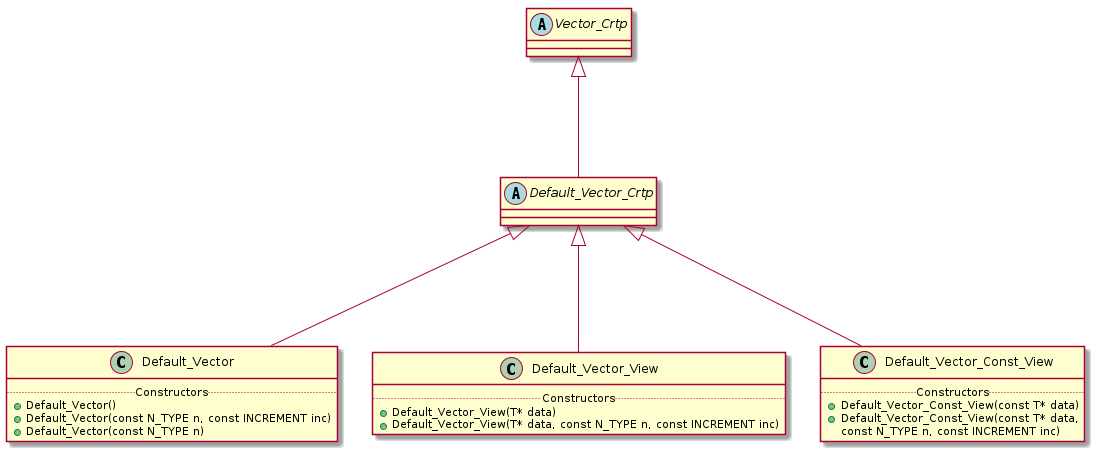
Before: src/LinearAlgebra/dense/figures/vector_hierarchy.png, a diagram exported from PlantUML (vincent-picaud/LinearAlgebra).
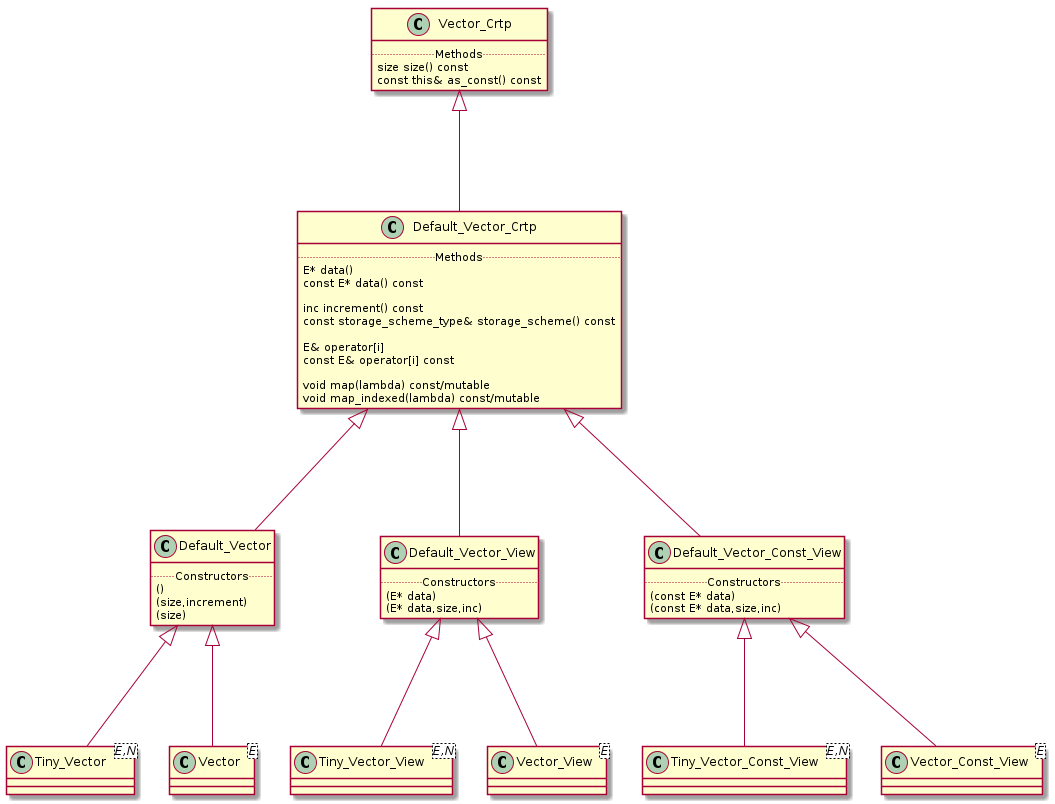
After the commit.

Commit message:
vector hierachy

The edit, as a diff of the source:
```diff
@@ -1,34 +1,70 @@
 @startuml
-abstract Vector_Crtp
-abstract Default_Vector_Crtp
+interface Vector_Crtp
+interface Default_Vector_Crtp
 
 class Default_Vector
+class Tiny_Vector<E,N>
+class Vector<E>
+
 class Default_Vector_View
+class Tiny_Vector_View<E,N>
+class Vector_View<E>
+
 class Default_Vector_Const_View
+class Tiny_Vector_Const_View<E,N>
+class Vector_Const_View<E>
 
 Vector_Crtp <|--- Default_Vector_Crtp
 Default_Vector_Crtp  <|--- Default_Vector
+Default_Vector  <|--- Tiny_Vector
+Default_Vector  <|--- Vector
+
 Default_Vector_Crtp  <|--- Default_Vector_View
+Default_Vector_View  <|--- Tiny_Vector_View
+Default_Vector_View  <|--- Vector_View
+
 Default_Vector_Crtp  <|--- Default_Vector_Const_View
+Default_Vector_Const_View  <|--- Tiny_Vector_Const_View
+Default_Vector_Const_View  <|--- Vector_Const_View
+
+class Vector_Crtp {
+	.. Methods ..
+	size size() const
+	const this& as_const() const
+}
+
+class Default_Vector_Crtp {
+	.. Methods ..
+	E* data()
+	const E* data() const
+
+	inc increment() const
+	const storage_scheme_type& storage_scheme() const
+
+	E& operator[i]
+	const E& operator[i] const
+
+	void map(lambda) const/mutable
+	void map_indexed(lambda) const/mutable
+}
 
 class Default_Vector {
- .. Constructors ..
-+ Default_Vector()
-+ Default_Vector(const N_TYPE n, const INCREMENT inc)
-+ Default_Vector(const N_TYPE n)
+	.. Constructors ..
+	()
+	(size,increment)
+	(size)
 }
 
 class Default_Vector_View {
- .. Constructors ..
-+ Default_Vector_View(T* data)
-+ Default_Vector_View(T* data, const N_TYPE n, const INCREMENT inc)
+	.. Constructors ..
+	(E* data)
+	(E* data,size,inc)
 }
 
 class Default_Vector_Const_View {
- .. Constructors ..
-+ Default_Vector_Const_View(const T* data)
-+ Default_Vector_Const_View(const T* data,
-                          const N_TYPE n, const INCREMENT inc)
+	.. Constructors ..
+	(const E* data)
+	(const E* data,size,inc)
 }
 
 @enduml
```
